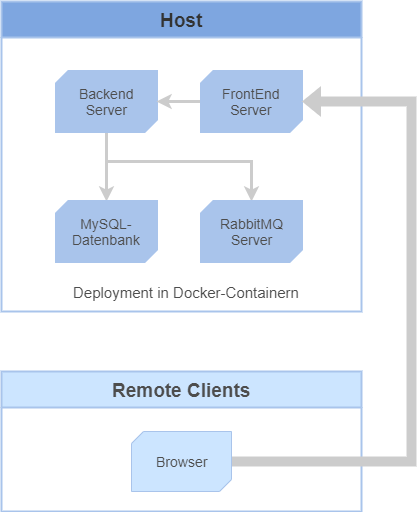
Before: markdown-images/pizza.png, a diagram exported from draw.io (xwoodpecker/DistributedDisplayBoards). Source tidied: cells renumbered, new cells last; positions are measured from the earlier drawing's top-left corner, leaving out a move shared by most shapes. Source of this version:
```xml
<mxGraphModel>
  <root>
    <mxCell id="0" />
    <mxCell id="1" parent="0" />
    <mxCell id="2" value="Host" style="swimlane;html=1;startSize=36;horizontal=1;containerType=tree;strokeWidth=2;fillColor=#7EA6E0;strokeColor=#A9C4EB;fontSize=19;fontColor=#333333;" parent="1" vertex="1">
      <mxGeometry width="360" height="310" as="geometry" />
    </mxCell>
    <mxCell id="3" style="edgeStyle=orthogonalEdgeStyle;rounded=0;jettySize=auto;html=1;exitX=0.5;exitY=1;exitDx=0;exitDy=0;exitPerimeter=0;entryX=0.5;entryY=0;entryDx=0;entryDy=0;entryPerimeter=0;fontSize=19;strokeColor=#CCCCCC;strokeWidth=3;" parent="2" edge="1" source="5" target="8">
      <mxGeometry relative="1" as="geometry" />
    </mxCell>
    <mxCell id="4" style="edgeStyle=orthogonalEdgeStyle;rounded=0;jettySize=auto;html=1;entryX=0.5;entryY=0;entryDx=0;entryDy=0;entryPerimeter=0;fontSize=19;strokeColor=#CCCCCC;strokeWidth=3;" parent="2" edge="1" target="9">
      <mxGeometry relative="1" as="geometry">
        <mxPoint x="105" y="130" as="sourcePoint" />
        <Array as="points">
          <mxPoint x="105" y="160" />
          <mxPoint x="250" y="160" />
        </Array>
      </mxGeometry>
    </mxCell>
    <mxCell id="5" value="Backend&lt;br&gt;Server" style="verticalLabelPosition=middle;verticalAlign=middle;html=1;shape=mxgraph.basic.diag_snip_rect;dx=6;strokeWidth=3;fillColor=#A9C4EB;fontSize=14;strokeColor=#A9C4EB;gradientColor=none;labelPosition=center;align=center;fontColor=#4D4D4D;" parent="2" vertex="1">
      <mxGeometry x="55" y="70" width="100" height="60" as="geometry" />
    </mxCell>
    <mxCell id="6" style="edgeStyle=orthogonalEdgeStyle;rounded=0;jettySize=auto;html=1;exitX=0;exitY=0.5;exitDx=0;exitDy=0;exitPerimeter=0;entryX=1;entryY=0.5;entryDx=0;entryDy=0;entryPerimeter=0;fontSize=19;strokeColor=#CCCCCC;strokeWidth=3;" parent="2" edge="1" source="7" target="5">
      <mxGeometry relative="1" as="geometry" />
    </mxCell>
    <mxCell id="7" value="FrontEnd&lt;br&gt;Server" style="verticalLabelPosition=middle;verticalAlign=middle;html=1;shape=mxgraph.basic.diag_snip_rect;dx=6;strokeWidth=3;fillColor=#A9C4EB;fontSize=14;strokeColor=#A9C4EB;gradientColor=none;labelPosition=center;align=center;fontColor=#4D4D4D;" parent="2" vertex="1">
      <mxGeometry x="200" y="70" width="100" height="60" as="geometry" />
    </mxCell>
    <mxCell id="8" value="MySQL-&lt;br&gt;Datenbank" style="verticalLabelPosition=middle;verticalAlign=middle;html=1;shape=mxgraph.basic.diag_snip_rect;dx=6;strokeWidth=3;fillColor=#A9C4EB;fontSize=14;strokeColor=#A9C4EB;gradientColor=none;labelPosition=center;align=center;fontColor=#4D4D4D;" parent="2" vertex="1">
      <mxGeometry x="55" y="200" width="100" height="60" as="geometry" />
    </mxCell>
    <mxCell id="9" value="RabbitMQ&lt;br&gt;Server" style="verticalLabelPosition=middle;verticalAlign=middle;html=1;shape=mxgraph.basic.diag_snip_rect;dx=6;strokeWidth=3;fillColor=#A9C4EB;fontSize=14;strokeColor=#A9C4EB;gradientColor=none;labelPosition=center;align=center;fontColor=#4D4D4D;" parent="2" vertex="1">
      <mxGeometry x="200" y="200" width="100" height="60" as="geometry" />
    </mxCell>
    <mxCell id="10" value="Deployment in Docker-Containern&amp;nbsp;" style="text;html=1;align=left;verticalAlign=top;spacingTop=-4;fontSize=15;fontColor=#4D4D4D;" parent="2" vertex="1">
      <mxGeometry x="70" y="280" width="310" height="20" as="geometry" />
    </mxCell>
    <mxCell id="11" value="Remote Clients" style="swimlane;html=1;startSize=36;horizontal=1;containerType=tree;strokeWidth=2;fillColor=#cce5ff;strokeColor=#A9C4EB;fontSize=19;fontColor=#4D4D4D;" parent="1" vertex="1">
      <mxGeometry y="370" width="360" height="140" as="geometry" />
    </mxCell>
    <mxCell id="12" value="Browser" style="verticalLabelPosition=middle;verticalAlign=middle;html=1;shape=mxgraph.basic.diag_snip_rect;dx=6;strokeWidth=1;fillColor=#cce5ff;fontSize=14;strokeColor=#A9C4EB;labelPosition=center;align=center;fontColor=#4D4D4D;" parent="11" vertex="1">
      <mxGeometry x="130" y="60" width="100" height="60" as="geometry" />
    </mxCell>
    <mxCell id="13" style="edgeStyle=orthogonalEdgeStyle;rounded=0;jettySize=auto;html=1;exitX=1;exitY=0.5;exitDx=0;exitDy=0;exitPerimeter=0;fontSize=15;entryX=1;entryY=0.5;entryDx=0;entryDy=0;entryPerimeter=0;shape=flexArrow;fillColor=#CCCCCC;strokeColor=none;fontColor=#CCCCCC;" parent="1" edge="1" source="12" target="7">
      <mxGeometry relative="1" as="geometry">
        <Array as="points">
          <mxPoint x="410" y="460" />
          <mxPoint x="410" y="100" />
        </Array>
      </mxGeometry>
    </mxCell>
  </root>
</mxGraphModel>
```
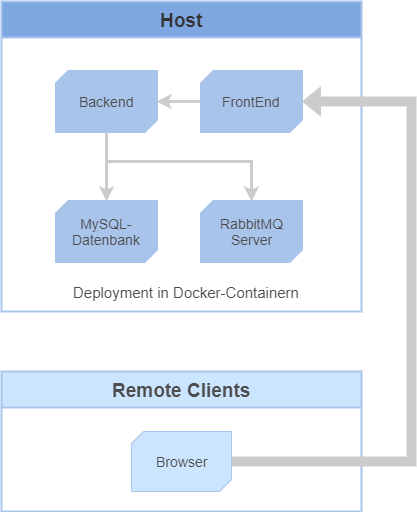
After the change.

Change to the diagram source:
```diff
@@ -5,27 +5,27 @@
     <mxCell id="2" value="Host" style="swimlane;html=1;startSize=36;horizontal=1;containerType=tree;strokeWidth=2;fillColor=#7EA6E0;strokeColor=#A9C4EB;fontSize=19;fontColor=#333333;" parent="1" vertex="1">
       <mxGeometry width="360" height="310" as="geometry" />
     </mxCell>
-    <mxCell id="3" style="edgeStyle=orthogonalEdgeStyle;rounded=0;jettySize=auto;html=1;exitX=0.5;exitY=1;exitDx=0;exitDy=0;exitPerimeter=0;entryX=0.5;entryY=0;entryDx=0;entryDy=0;entryPerimeter=0;fontSize=19;strokeColor=#CCCCCC;strokeWidth=3;" parent="2" edge="1" source="5" target="8">
-      <mxGeometry relative="1" as="geometry" />
-    </mxCell>
-    <mxCell id="4" style="edgeStyle=orthogonalEdgeStyle;rounded=0;jettySize=auto;html=1;entryX=0.5;entryY=0;entryDx=0;entryDy=0;entryPerimeter=0;fontSize=19;strokeColor=#CCCCCC;strokeWidth=3;" parent="2" edge="1" target="9">
-      <mxGeometry relative="1" as="geometry">
-        <mxPoint x="105" y="130" as="sourcePoint" />
-        <Array as="points">
-          <mxPoint x="105" y="160" />
-          <mxPoint x="250" y="160" />
-        </Array>
-      </mxGeometry>
-    </mxCell>
-    <mxCell id="5" value="Backend&lt;br&gt;Server" style="verticalLabelPosition=middle;verticalAlign=middle;html=1;shape=mxgraph.basic.diag_snip_rect;dx=6;strokeWidth=3;fillColor=#A9C4EB;fontSize=14;strokeColor=#A9C4EB;gradientColor=none;labelPosition=center;align=center;fontColor=#4D4D4D;" parent="2" vertex="1">
-      <mxGeometry x="55" y="70" width="100" height="60" as="geometry" />
-    </mxCell>
-    <mxCell id="6" style="edgeStyle=orthogonalEdgeStyle;rounded=0;jettySize=auto;html=1;exitX=0;exitY=0.5;exitDx=0;exitDy=0;exitPerimeter=0;entryX=1;entryY=0.5;entryDx=0;entryDy=0;entryPerimeter=0;fontSize=19;strokeColor=#CCCCCC;strokeWidth=3;" parent="2" edge="1" source="7" target="5">
-      <mxGeometry relative="1" as="geometry" />
-    </mxCell>
-    <mxCell id="7" value="FrontEnd&lt;br&gt;Server" style="verticalLabelPosition=middle;verticalAlign=middle;html=1;shape=mxgraph.basic.diag_snip_rect;dx=6;strokeWidth=3;fillColor=#A9C4EB;fontSize=14;strokeColor=#A9C4EB;gradientColor=none;labelPosition=center;align=center;fontColor=#4D4D4D;" parent="2" vertex="1">
-      <mxGeometry x="200" y="70" width="100" height="60" as="geometry" />
-    </mxCell>
+    <mxCell id="14" style="edgeStyle=orthogonalEdgeStyle;rounded=0;jettySize=auto;html=1;exitX=0.5;exitY=1;exitDx=0;exitDy=0;exitPerimeter=0;entryX=0.5;entryY=0;entryDx=0;entryDy=0;entryPerimeter=0;fontSize=19;strokeColor=#CCCCCC;strokeWidth=3;" parent="2" edge="1" source="16" target="8">
+      <mxGeometry relative="1" as="geometry" />
+    </mxCell>
+    <mxCell id="15" style="edgeStyle=orthogonalEdgeStyle;rounded=0;jettySize=auto;html=1;entryX=0.5;entryY=0;entryDx=0;entryDy=0;entryPerimeter=0;fontSize=19;strokeColor=#CCCCCC;strokeWidth=3;" parent="2" edge="1" target="9">
+      <mxGeometry relative="1" as="geometry">
+        <mxPoint x="105" y="130" as="sourcePoint" />
+        <Array as="points">
+          <mxPoint x="105" y="160" />
+          <mxPoint x="250" y="160" />
+        </Array>
+      </mxGeometry>
+    </mxCell>
+    <mxCell id="16" value="Backend" style="verticalLabelPosition=middle;verticalAlign=middle;html=1;shape=mxgraph.basic.diag_snip_rect;dx=6;strokeWidth=3;fillColor=#A9C4EB;fontSize=14;strokeColor=#A9C4EB;gradientColor=none;labelPosition=center;align=center;fontColor=#4D4D4D;" parent="2" vertex="1">
+      <mxGeometry x="55" y="70" width="100" height="60" as="geometry" />
+    </mxCell>
+    <mxCell id="17" style="edgeStyle=orthogonalEdgeStyle;rounded=0;jettySize=auto;html=1;exitX=0;exitY=0.5;exitDx=0;exitDy=0;exitPerimeter=0;entryX=1;entryY=0.5;entryDx=0;entryDy=0;entryPerimeter=0;fontSize=19;strokeColor=#CCCCCC;strokeWidth=3;" parent="2" edge="1" source="18" target="16">
+      <mxGeometry relative="1" as="geometry" />
+    </mxCell>
+    <mxCell id="18" value="FrontEnd" style="verticalLabelPosition=middle;verticalAlign=middle;html=1;shape=mxgraph.basic.diag_snip_rect;dx=6;strokeWidth=3;fillColor=#A9C4EB;fontSize=14;strokeColor=#A9C4EB;gradientColor=none;labelPosition=center;align=center;fontColor=#4D4D4D;" parent="2" vertex="1">
+      <mxGeometry x="200" y="70" width="100" height="60" as="geometry" />
+    </mxCell>
     <mxCell id="8" value="MySQL-&lt;br&gt;Datenbank" style="verticalLabelPosition=middle;verticalAlign=middle;html=1;shape=mxgraph.basic.diag_snip_rect;dx=6;strokeWidth=3;fillColor=#A9C4EB;fontSize=14;strokeColor=#A9C4EB;gradientColor=none;labelPosition=center;align=center;fontColor=#4D4D4D;" parent="2" vertex="1">
       <mxGeometry x="55" y="200" width="100" height="60" as="geometry" />
     </mxCell>
@@ -41,13 +41,13 @@
     <mxCell id="12" value="Browser" style="verticalLabelPosition=middle;verticalAlign=middle;html=1;shape=mxgraph.basic.diag_snip_rect;dx=6;strokeWidth=1;fillColor=#cce5ff;fontSize=14;strokeColor=#A9C4EB;labelPosition=center;align=center;fontColor=#4D4D4D;" parent="11" vertex="1">
       <mxGeometry x="130" y="60" width="100" height="60" as="geometry" />
     </mxCell>
-    <mxCell id="13" style="edgeStyle=orthogonalEdgeStyle;rounded=0;jettySize=auto;html=1;exitX=1;exitY=0.5;exitDx=0;exitDy=0;exitPerimeter=0;fontSize=15;entryX=1;entryY=0.5;entryDx=0;entryDy=0;entryPerimeter=0;shape=flexArrow;fillColor=#CCCCCC;strokeColor=none;fontColor=#CCCCCC;" parent="1" edge="1" source="12" target="7">
-      <mxGeometry relative="1" as="geometry">
-        <Array as="points">
-          <mxPoint x="410" y="460" />
-          <mxPoint x="410" y="100" />
-        </Array>
-      </mxGeometry>
-    </mxCell>
+    <mxCell id="19" style="edgeStyle=orthogonalEdgeStyle;rounded=0;jettySize=auto;html=1;exitX=1;exitY=0.5;exitDx=0;exitDy=0;exitPerimeter=0;fontSize=15;entryX=1;entryY=0.5;entryDx=0;entryDy=0;entryPerimeter=0;shape=flexArrow;fillColor=#CCCCCC;strokeColor=none;fontColor=#CCCCCC;" parent="1" edge="1" source="12" target="18">
+      <mxGeometry relative="1" as="geometry">
+        <Array as="points">
+          <mxPoint x="410" y="460" />
+          <mxPoint x="410" y="100" />
+        </Array>
+      </mxGeometry>
+    </mxCell>
   </root>
 </mxGraphModel>
```
